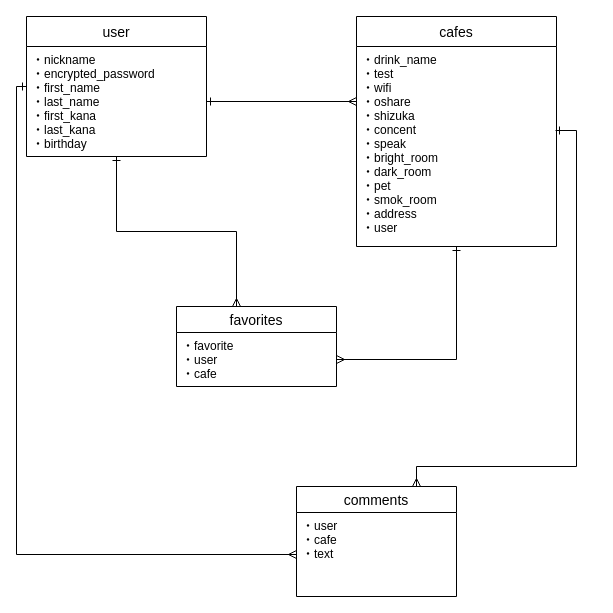
The draw.io diagram cafe.dio in ootakekou/cafein, before the edit. Source tidied: cells renumbered, new cells numbered last; positions are measured from the earlier drawing's top-left corner, leaving out a move shared by most shapes. Both pictures are drawn from the tidied source at 100%, with x=0, y=0 at pixel (16, 16).
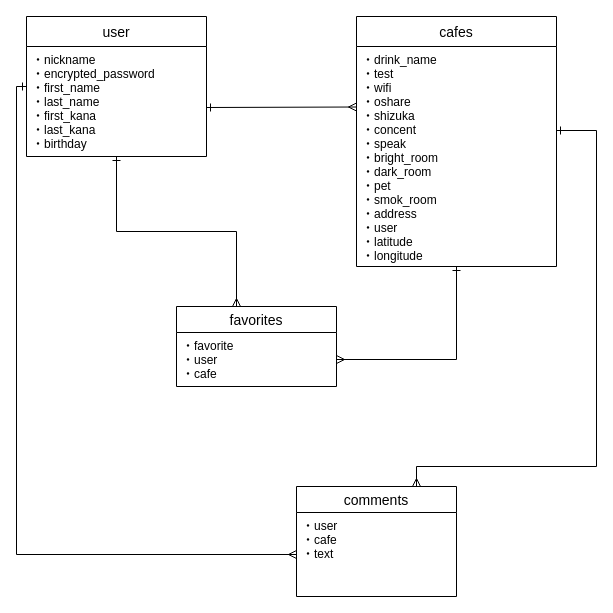
Above is the later version.

Unchanged cells that the change refers to:
```xml
<mxCell id="5" value="・nickname&#10;・encrypted_password&#10;・first_name&#10;・last_name&#10;・first_kana&#10;・last_kana&#10;・birthday" style="text;strokeColor=none;fillColor=none;spacingLeft=4;spacingRight=4;overflow=hidden;points=[[0,0.5],[1,0.5]];portConstraint=eastwest;fontSize=12;" parent="4" vertex="1">
  <mxGeometry y="30" width="180" height="110" as="geometry" />
</mxCell>
<mxCell id="12" value="comments" style="swimlane;fontStyle=0;horizontal=1;startSize=26;align=center;fontSize=14;rounded=0;shadow=0;glass=0;" parent="1" vertex="1">
  <mxGeometry x="280" y="470" width="160" height="110" as="geometry" />
</mxCell>
```

The edit, as a diff of the source:
```diff
@@
     <mxCell id="7" value="cafes" style="swimlane;fontStyle=0;horizontal=1;startSize=30;align=center;fontSize=14;rounded=0;shadow=0;glass=0;" parent="1" vertex="1">
-      <mxGeometry x="340" width="200" height="230" as="geometry" />
+      <mxGeometry x="340" width="200" height="250" as="geometry" />
     </mxCell>
-    <mxCell id="8" value="・drink_name&#10;・test&#10;・wifi&#10;・oshare&#10;・shizuka&#10;・concent&#10;・speak&#10;・bright_room&#10;・dark_room&#10;・pet&#10;・smok_room&#10;・address&#10;・user" style="text;strokeColor=none;fillColor=none;spacingLeft=4;spacingRight=4;overflow=hidden;points=[[0,0.5],[1,0.5]];portConstraint=eastwest;fontSize=12;" parent="7" vertex="1">
-      <mxGeometry y="30" width="200" height="200" as="geometry" />
+    <mxCell id="8" value="・drink_name&#10;・test&#10;・wifi&#10;・oshare&#10;・shizuka&#10;・concent&#10;・speak&#10;・bright_room&#10;・dark_room&#10;・pet&#10;・smok_room&#10;・address&#10;・user&#10;・latitude&#10;・longitude" style="text;strokeColor=none;fillColor=none;spacingLeft=4;spacingRight=4;overflow=hidden;points=[[0,0.5],[1,0.5]];portConstraint=eastwest;fontSize=12;" parent="7" vertex="1">
+      <mxGeometry y="30" width="200" height="220" as="geometry" />
     </mxCell>
@@
-    <mxCell id="11" style="edgeStyle=orthogonalEdgeStyle;rounded=0;jettySize=auto;html=1;exitX=0.75;exitY=0;exitDx=0;exitDy=0;entryX=0.995;entryY=0.42;entryDx=0;entryDy=0;entryPerimeter=0;startArrow=ERmany;startFill=0;endArrow=ERone;endFill=0;" parent="1" edge="1" source="12" target="8">
+    <mxCell id="11" style="edgeStyle=orthogonalEdgeStyle;rounded=0;jettySize=auto;html=1;exitX=0.75;exitY=0;exitDx=0;exitDy=0;startArrow=ERmany;startFill=0;endArrow=ERone;endFill=0;" parent="1" edge="1" source="12" target="8">
       <mxGeometry relative="1" as="geometry">
         <Array as="points">
           <mxPoint x="400" y="450" />
-          <mxPoint x="560" y="450" />
-          <mxPoint x="560" y="114" />
+          <mxPoint x="580" y="450" />
+          <mxPoint x="580" y="114" />
         </Array>
       </mxGeometry>
     </mxCell>
@@
-    <mxCell id="14" style="edgeStyle=orthogonalEdgeStyle;rounded=0;jettySize=auto;html=1;exitX=1;exitY=0.5;exitDx=0;exitDy=0;entryX=0;entryY=0.275;entryDx=0;entryDy=0;entryPerimeter=0;endArrow=ERmany;endFill=0;startArrow=ERone;startFill=0;" parent="1" edge="1" source="5" target="8">
-      <mxGeometry relative="1" as="geometry" />
+    <mxCell id="14" style="edgeStyle=orthogonalEdgeStyle;rounded=0;jettySize=auto;html=1;entryX=0;entryY=0.275;entryDx=0;entryDy=0;entryPerimeter=0;endArrow=ERmany;endFill=0;startArrow=ERone;startFill=0;" parent="1" edge="1" target="8">
+      <mxGeometry relative="1" as="geometry">
+        <mxPoint x="190" y="91" as="sourcePoint" />
+        <Array as="points">
+          <mxPoint x="190" y="91" />
+          <mxPoint x="200" y="91" />
+        </Array>
+      </mxGeometry>
     </mxCell>
```
